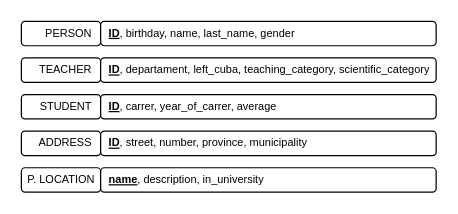
Above: page "MER" (2 of 3) of design/BBDD.drawio in albertolicea00/CRUD-PyQt (draw.io), before the change. Source tidied: cells renumbered, new cells numbered last; positions are measured from the earlier drawing's top-left corner, leaving out a move shared by most shapes. Both pictures are drawn from the tidied source at 122%, with x=0, y=0 at pixel (21, 21).
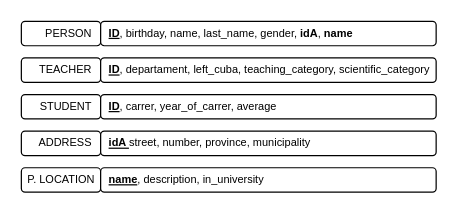
After the change.

What changed in the source:
```diff
@@
 <mxGraphModel>
   <root>
     <mxCell id="0" />
     <mxCell id="1" parent="0" />
     <mxCell id="2" value="&lt;span style=&quot;font-size: 9px&quot;&gt;PERSON&amp;nbsp;&amp;nbsp;&lt;/span&gt;" style="rounded=1;whiteSpace=wrap;html=1;shadow=0;sketch=0;fontSize=5;align=right;" parent="1" vertex="1">
       <mxGeometry width="65" height="20" as="geometry" />
     </mxCell>
-    <mxCell id="3" value="&lt;span style=&quot;font-size: 9px&quot;&gt;&amp;nbsp; &lt;u style=&quot;font-weight: bold&quot;&gt;ID&lt;/u&gt;&lt;/span&gt;&lt;span style=&quot;font-size: 9px&quot;&gt;, birthday, name, last_name, gender&lt;/span&gt;" style="rounded=1;whiteSpace=wrap;html=1;shadow=0;sketch=0;fontSize=5;align=left;" parent="1" vertex="1">
-      <mxGeometry x="65" width="275" height="20" as="geometry" />
-    </mxCell>
+    <mxCell id="12" value="&lt;span style=&quot;font-size: 9px&quot;&gt;&amp;nbsp; &lt;u style=&quot;font-weight: bold&quot;&gt;ID&lt;/u&gt;&lt;/span&gt;&lt;span style=&quot;font-size: 9px&quot;&gt;, birthday, name, last_name, gender, &lt;b&gt;idA&lt;/b&gt;, &lt;b&gt;name&lt;/b&gt;&lt;/span&gt;" style="rounded=1;whiteSpace=wrap;html=1;shadow=0;sketch=0;fontSize=5;align=left;" parent="1" vertex="1">
+      <mxGeometry x="65" width="275" height="20" as="geometry" />
+    </mxCell>
     <mxCell id="4" value="&lt;span style=&quot;font-size: 9px&quot;&gt;TEACHER&lt;/span&gt;&lt;span style=&quot;font-size: 9px ; text-align: left&quot;&gt;&amp;nbsp;&amp;nbsp;&lt;/span&gt;" style="rounded=1;whiteSpace=wrap;html=1;shadow=0;sketch=0;fontSize=5;align=right;" parent="1" vertex="1">
       <mxGeometry y="30" width="65" height="20" as="geometry" />
     </mxCell>
     <mxCell id="5" value="&lt;span style=&quot;font-size: 9px&quot;&gt;&amp;nbsp;&amp;nbsp;&lt;/span&gt;&lt;b style=&quot;font-size: 9px&quot;&gt;&lt;u&gt;ID&lt;/u&gt;&lt;/b&gt;&lt;span style=&quot;font-size: 9px&quot;&gt;, departament, left_cuba, teaching_category, scientific_category&lt;/span&gt;" style="rounded=1;whiteSpace=wrap;html=1;shadow=0;sketch=0;fontSize=5;align=left;" parent="1" vertex="1">
       <mxGeometry x="65" y="30" width="275" height="20" as="geometry" />
     </mxCell>
     <mxCell id="6" value="&lt;span style=&quot;font-size: 9px&quot;&gt;STUDENT&amp;nbsp;&amp;nbsp;&lt;/span&gt;" style="rounded=1;whiteSpace=wrap;html=1;shadow=0;sketch=0;fontSize=5;align=right;" parent="1" vertex="1">
       <mxGeometry y="60" width="65" height="20" as="geometry" />
     </mxCell>
     <mxCell id="7" value="&lt;span style=&quot;font-size: 9px&quot;&gt;&amp;nbsp;&amp;nbsp;&lt;/span&gt;&lt;b style=&quot;font-size: 9px&quot;&gt;&lt;u&gt;ID&lt;/u&gt;&lt;/b&gt;&lt;span style=&quot;font-size: 9px&quot;&gt;, carrer, year_of_carrer, average&lt;/span&gt;" style="rounded=1;whiteSpace=wrap;html=1;shadow=0;sketch=0;fontSize=5;align=left;" parent="1" vertex="1">
       <mxGeometry x="65" y="60" width="275" height="20" as="geometry" />
     </mxCell>
     <mxCell id="8" value="&lt;span style=&quot;font-size: 9px&quot;&gt;ADDRESS&amp;nbsp;&amp;nbsp;&lt;/span&gt;" style="rounded=1;whiteSpace=wrap;html=1;shadow=0;sketch=0;fontSize=5;align=right;" parent="1" vertex="1">
       <mxGeometry y="90" width="65" height="20" as="geometry" />
     </mxCell>
-    <mxCell id="9" value="&lt;span style=&quot;font-size: 9px&quot;&gt;&amp;nbsp;&amp;nbsp;&lt;/span&gt;&lt;b style=&quot;font-size: 9px&quot;&gt;&lt;u&gt;ID&lt;/u&gt;&lt;/b&gt;&lt;span style=&quot;font-size: 9px&quot;&gt;, street, number, province, municipality&lt;/span&gt;" style="rounded=1;whiteSpace=wrap;html=1;shadow=0;sketch=0;fontSize=5;align=left;" parent="1" vertex="1">
-      <mxGeometry x="65" y="90" width="275" height="20" as="geometry" />
-    </mxCell>
+    <mxCell id="13" value="&lt;span style=&quot;font-size: 9px&quot;&gt;&amp;nbsp;&amp;nbsp;&lt;/span&gt;&lt;span style=&quot;font-size: 9px&quot;&gt;&lt;b&gt;&lt;u&gt;idA &lt;/u&gt;&lt;/b&gt;street, number, province, municipality&lt;/span&gt;" style="rounded=1;whiteSpace=wrap;html=1;shadow=0;sketch=0;fontSize=5;align=left;" parent="1" vertex="1">
+      <mxGeometry x="65" y="90" width="275" height="20" as="geometry" />
+    </mxCell>
     <mxCell id="10" value="&lt;span style=&quot;font-size: 9px&quot;&gt;P. LOCATION&amp;nbsp;&lt;/span&gt;" style="rounded=1;whiteSpace=wrap;html=1;shadow=0;sketch=0;fontSize=5;align=right;" parent="1" vertex="1">
       <mxGeometry y="120" width="65" height="20" as="geometry" />
     </mxCell>
-    <mxCell id="11" value="&lt;span style=&quot;font-size: 9px&quot;&gt;&amp;nbsp; &lt;b&gt;&lt;u&gt;name&lt;/u&gt;&lt;/b&gt;&lt;/span&gt;&lt;span style=&quot;font-size: 9px&quot;&gt;, description, in_university&lt;/span&gt;" style="rounded=1;whiteSpace=wrap;html=1;shadow=0;sketch=0;fontSize=5;align=left;" parent="1" vertex="1">
+    <mxCell id="11" value="&lt;span style=&quot;font-size: 9px&quot;&gt;&amp;nbsp; &lt;b&gt;&lt;u&gt;name&lt;/u&gt;&lt;/b&gt;&lt;/span&gt;&lt;span style=&quot;font-size: 9px&quot;&gt;,&lt;/span&gt;&lt;span style=&quot;font-size: 9px&quot;&gt;&amp;nbsp;&lt;/span&gt;&lt;span style=&quot;font-size: 9px&quot;&gt;description, in_university&lt;/span&gt;" style="rounded=1;whiteSpace=wrap;html=1;shadow=0;sketch=0;fontSize=5;align=left;" parent="1" vertex="1">
       <mxGeometry x="65" y="120" width="275" height="20" as="geometry" />
     </mxCell>
   </root>
 </mxGraphModel>
```
